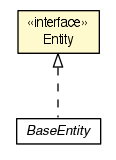
The Graphviz diagram dddlib-domain/apidocs/org/dayatang/domain/Entity.png in dayatang/dddlib, before a commit. Its source is kept beside it as dddlib-domain/apidocs/org/dayatang/domain/Entity.dot.
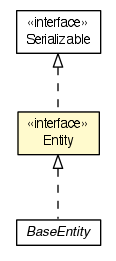
Later version of the same file.

What changed in the source:
```diff
@@ -4,16 +4,23 @@
 	node [fontname="Helvetica",fontsize=10,shape=plaintext];
 	nodesep=0.25;
 	ranksep=0.5;
-	c1818 [label=<<table title="org.dayatang.domain.Entity" border="0" cellborder="1" cellspacing="0" cellpadding="2" port="p" bgcolor="lemonChiffon" href="./Entity.html">
+	c1799 [label=<<table title="org.dayatang.domain.Entity" border="0" cellborder="1" cellspacing="0" cellpadding="2" port="p" bgcolor="lemonChiffon" href="./Entity.html">
 		<tr><td><table border="0" cellspacing="0" cellpadding="1">
 <tr><td align="center" balign="center"> &#171;interface&#187; </td></tr>
 <tr><td align="center" balign="center"> Entity </td></tr>
 		</table></td></tr>
 		</table>>, URL="./Entity.html", fontname="Helvetica", fontcolor="black", fontsize=10.0];
-	c1823 [label=<<table title="org.dayatang.domain.BaseEntity" border="0" cellborder="1" cellspacing="0" cellpadding="2" port="p" href="./BaseEntity.html">
+	c1804 [label=<<table title="org.dayatang.domain.BaseEntity" border="0" cellborder="1" cellspacing="0" cellpadding="2" port="p" href="./BaseEntity.html">
 		<tr><td><table border="0" cellspacing="0" cellpadding="1">
 <tr><td align="center" balign="center"><font face="Helvetica-Oblique"> BaseEntity </font></td></tr>
 		</table></td></tr>
 		</table>>, URL="./BaseEntity.html", fontname="Helvetica", fontcolor="black", fontsize=10.0];
-	c1818:p -> c1823:p [dir=back,arrowtail=empty,style=dashed];
+	c1853:p -> c1799:p [dir=back,arrowtail=empty,style=dashed];
+	c1799:p -> c1804:p [dir=back,arrowtail=empty,style=dashed];
+	c1853 [label=<<table title="java.io.Serializable" border="0" cellborder="1" cellspacing="0" cellpadding="2" port="p" href="http://download.oracle.com/javase/7/docs/api/java/io/Serializable.html">
+		<tr><td><table border="0" cellspacing="0" cellpadding="1">
+<tr><td align="center" balign="center"> &#171;interface&#187; </td></tr>
+<tr><td align="center" balign="center"> Serializable </td></tr>
+		</table></td></tr>
+		</table>>, URL="http://download.oracle.com/javase/7/docs/api/java/io/Serializable.html", fontname="Helvetica", fontcolor="black", fontsize=10.0];
 }
```
